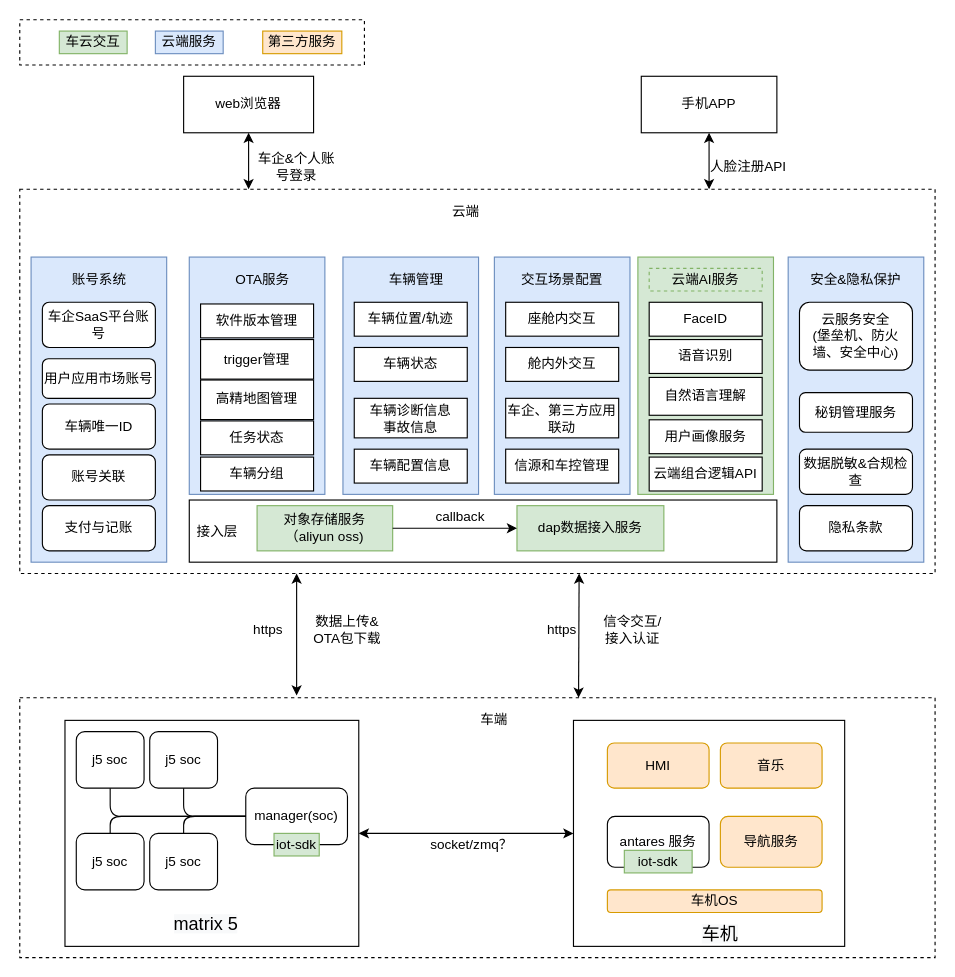
The draw.io diagram 人车云.drawio in dzang/ArchSummit, before the edit. Source tidied: cells renumbered, new cells numbered last; positions are measured from the earlier drawing's top-left corner, leaving out a move shared by most shapes. Both pictures are drawn from the tidied source at 113%, with x=0, y=0 at pixel (19, 19).
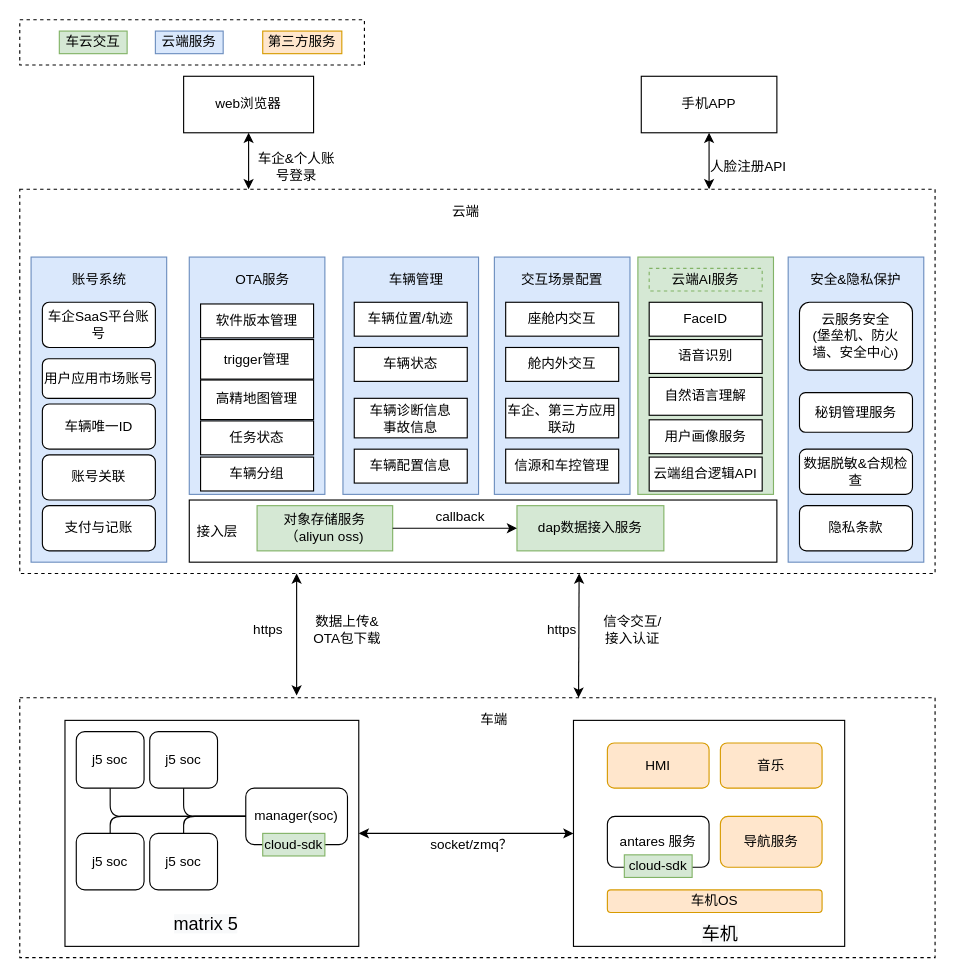
The same diagram, later.

The edit, as a diff of the source:
```diff
@@
-    <mxCell id="38" value="iot-sdk" style="rounded=0;whiteSpace=wrap;html=1;fillColor=#d5e8d4;strokeColor=#82b366;" parent="1" vertex="1">
-      <mxGeometry x="225" y="720" width="40" height="20" as="geometry" />
+    <mxCell id="38" value="cloud-sdk" style="rounded=0;whiteSpace=wrap;html=1;fillColor=#d5e8d4;strokeColor=#82b366;" parent="1" vertex="1">
+      <mxGeometry x="215" y="720" width="55" height="20" as="geometry" />
     </mxCell>
-    <mxCell id="39" value="iot-sdk" style="rounded=0;whiteSpace=wrap;html=1;fillColor=#d5e8d4;strokeColor=#82b366;" parent="1" vertex="1">
-      <mxGeometry x="535" y="735" width="60" height="20" as="geometry" />
+    <mxCell id="39" value="cloud-sdk" style="rounded=0;whiteSpace=wrap;html=1;fillColor=#d5e8d4;strokeColor=#82b366;" parent="1" vertex="1">
+      <mxGeometry x="535" y="739" width="60" height="20" as="geometry" />
     </mxCell>
```
